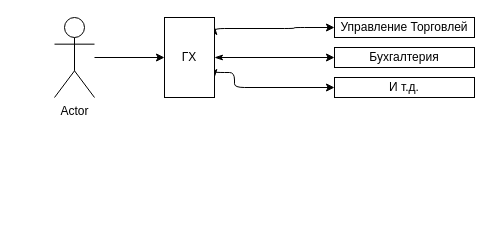
Before: Диаграмма без названия.drawio in Evgenion47/universityProjects, a draw.io diagram. Source tidied: cells renumbered, new cells numbered last; positions are measured from the earlier drawing's top-left corner, leaving out a move shared by most shapes. Both pictures are drawn from the tidied source at 100%, with x=0, y=0 at pixel (54, 17).
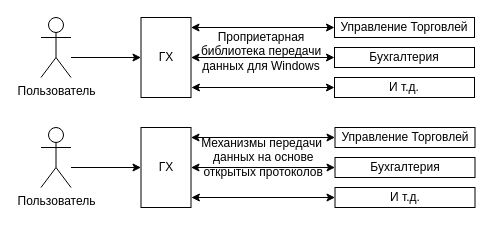
The same page after the edit.

The change refers to these unchanged cells:
```xml
<mxCell id="8" value="Управление Торговлей" style="rounded=0;whiteSpace=wrap;html=1;" parent="1" vertex="1">
  <mxGeometry x="280" width="140" height="20" as="geometry" />
</mxCell>
<mxCell id="9" value="Бухгалтерия" style="rounded=0;whiteSpace=wrap;html=1;" parent="1" vertex="1">
  <mxGeometry x="280" y="30" width="140" height="20" as="geometry" />
</mxCell>
<mxCell id="10" value="И т.д." style="rounded=0;whiteSpace=wrap;html=1;" parent="1" vertex="1">
  <mxGeometry x="280" y="60" width="140" height="20" as="geometry" />
</mxCell>
```

What changed in the source:
```diff
@@
     <mxCell id="2" style="edgeStyle=orthogonalEdgeStyle;rounded=0;jettySize=auto;html=1;entryX=0;entryY=0.5;entryDx=0;entryDy=0;" parent="1" edge="1" source="3" target="7">
-      <mxGeometry relative="1" as="geometry" />
+      <mxGeometry relative="1" as="geometry">
+        <Array as="points">
+          <mxPoint x="36.5" y="40" />
+          <mxPoint x="36.5" y="40" />
+        </Array>
+      </mxGeometry>
     </mxCell>
-    <mxCell id="3" value="Actor" style="shape=umlActor;verticalLabelPosition=bottom;verticalAlign=top;html=1;outlineConnect=0;" parent="1" vertex="1">
-      <mxGeometry width="40" height="80" as="geometry" />
+    <mxCell id="3" value="Пользователь" style="shape=umlActor;verticalLabelPosition=bottom;verticalAlign=top;html=1;outlineConnect=0;" parent="1" vertex="1">
+      <mxGeometry x="-13.5" width="30" height="60" as="geometry" />
     </mxCell>
-    <mxCell id="4" style="edgeStyle=orthogonalEdgeStyle;rounded=1;jettySize=auto;html=1;exitX=1;exitY=0.75;exitDx=0;exitDy=0;startArrow=classicThin;startFill=1;entryX=0;entryY=0.5;entryDx=0;entryDy=0;" parent="1" edge="1" source="7" target="10">
-      <mxGeometry relative="1" as="geometry">
-        <Array as="points">
-          <mxPoint x="180" y="55" />
-          <mxPoint x="180" y="70" />
-        </Array>
-      </mxGeometry>
-    </mxCell>
-    <mxCell id="5" style="edgeStyle=orthogonalEdgeStyle;rounded=0;jettySize=auto;html=1;exitX=1;exitY=0.5;exitDx=0;exitDy=0;entryX=0;entryY=0.5;entryDx=0;entryDy=0;startArrow=classicThin;startFill=1;" parent="1" edge="1" source="7" target="9">
-      <mxGeometry relative="1" as="geometry" />
-    </mxCell>
-    <mxCell id="6" style="edgeStyle=orthogonalEdgeStyle;jettySize=auto;html=1;strokeColor=default;rounded=1;startArrow=classicThin;startFill=1;entryX=0;entryY=0.5;entryDx=0;entryDy=0;exitX=1;exitY=0.113;exitDx=0;exitDy=0;exitPerimeter=0;" parent="1" edge="1" source="7" target="8">
-      <mxGeometry relative="1" as="geometry">
-        <Array as="points">
-          <mxPoint x="160" y="11" />
-          <mxPoint x="240" y="11" />
-          <mxPoint x="240" y="10" />
-        </Array>
-      </mxGeometry>
-    </mxCell>
     <mxCell id="7" value="ГХ" style="rounded=0;whiteSpace=wrap;html=1;" parent="1" vertex="1">
-      <mxGeometry x="110" width="50" height="80" as="geometry" />
+      <mxGeometry x="86.5" width="50" height="80" as="geometry" />
     </mxCell>
@@
+    <mxCell id="11" style="edgeStyle=orthogonalEdgeStyle;rounded=0;jettySize=auto;html=1;entryX=1;entryY=0.125;entryDx=0;entryDy=0;entryPerimeter=0;startArrow=classic;startFill=1;" parent="1" edge="1" source="8" target="7">
+      <mxGeometry relative="1" as="geometry" />
+    </mxCell>
+    <mxCell id="12" style="edgeStyle=orthogonalEdgeStyle;rounded=0;jettySize=auto;html=1;entryX=1;entryY=0.5;entryDx=0;entryDy=0;startArrow=classic;startFill=1;" parent="1" edge="1" source="9" target="7">
+      <mxGeometry relative="1" as="geometry" />
+    </mxCell>
+    <mxCell id="13" style="edgeStyle=orthogonalEdgeStyle;rounded=0;jettySize=auto;html=1;entryX=1.008;entryY=0.875;entryDx=0;entryDy=0;entryPerimeter=0;startArrow=classic;startFill=1;" parent="1" edge="1" source="10" target="7">
+      <mxGeometry relative="1" as="geometry" />
+    </mxCell>
+    <mxCell id="14" style="edgeStyle=orthogonalEdgeStyle;rounded=0;jettySize=auto;html=1;entryX=0;entryY=0.5;entryDx=0;entryDy=0;" parent="1" edge="1" source="15" target="16">
+      <mxGeometry relative="1" as="geometry">
+        <Array as="points">
+          <mxPoint x="36.5" y="150" />
+          <mxPoint x="36.5" y="150" />
+        </Array>
+      </mxGeometry>
+    </mxCell>
+    <mxCell id="15" value="Пользователь" style="shape=umlActor;verticalLabelPosition=bottom;verticalAlign=top;html=1;outlineConnect=0;" parent="1" vertex="1">
+      <mxGeometry x="-13.5" y="110" width="30" height="60" as="geometry" />
+    </mxCell>
+    <mxCell id="16" value="ГХ" style="rounded=0;whiteSpace=wrap;html=1;" parent="1" vertex="1">
+      <mxGeometry x="86.5" y="110" width="50" height="80" as="geometry" />
+    </mxCell>
+    <mxCell id="17" value="Управление Торговлей" style="rounded=0;whiteSpace=wrap;html=1;" parent="1" vertex="1">
+      <mxGeometry x="280.5" y="110" width="140" height="20" as="geometry" />
+    </mxCell>
+    <mxCell id="18" value="Бухгалтерия" style="rounded=0;whiteSpace=wrap;html=1;" parent="1" vertex="1">
+      <mxGeometry x="280.5" y="140" width="140" height="20" as="geometry" />
+    </mxCell>
+    <mxCell id="19" value="И т.д." style="rounded=0;whiteSpace=wrap;html=1;" parent="1" vertex="1">
+      <mxGeometry x="280.5" y="170" width="140" height="20" as="geometry" />
+    </mxCell>
+    <mxCell id="20" style="edgeStyle=orthogonalEdgeStyle;rounded=0;jettySize=auto;html=1;entryX=1;entryY=0.125;entryDx=0;entryDy=0;entryPerimeter=0;startArrow=classic;startFill=1;" parent="1" edge="1" source="17" target="16">
+      <mxGeometry relative="1" as="geometry" />
+    </mxCell>
+    <mxCell id="21" style="edgeStyle=orthogonalEdgeStyle;rounded=0;jettySize=auto;html=1;entryX=1;entryY=0.5;entryDx=0;entryDy=0;startArrow=classic;startFill=1;" parent="1" edge="1" source="18" target="16">
+      <mxGeometry relative="1" as="geometry" />
+    </mxCell>
+    <mxCell id="22" style="edgeStyle=orthogonalEdgeStyle;rounded=0;jettySize=auto;html=1;entryX=1.008;entryY=0.875;entryDx=0;entryDy=0;entryPerimeter=0;startArrow=classic;startFill=1;" parent="1" edge="1" source="19" target="16">
+      <mxGeometry relative="1" as="geometry" />
+    </mxCell>
+    <mxCell id="23" value="Проприетарная библиотека передачи данных для Windows" style="text;html=1;strokeColor=none;fillColor=none;align=center;verticalAlign=middle;whiteSpace=wrap;rounded=0;" parent="1" vertex="1">
+      <mxGeometry x="141.5" y="7.5" width="130" height="52.5" as="geometry" />
+    </mxCell>
+    <mxCell id="24" value="Механизмы передачи&lt;br&gt;&amp;nbsp;данных на основе&lt;br&gt;&amp;nbsp;открытых протоколов" style="text;html=1;align=center;verticalAlign=middle;strokeColor=none;fillColor=none;" parent="1" vertex="1">
+      <mxGeometry x="131.5" y="110" width="150" height="60" as="geometry" />
+    </mxCell>
```
